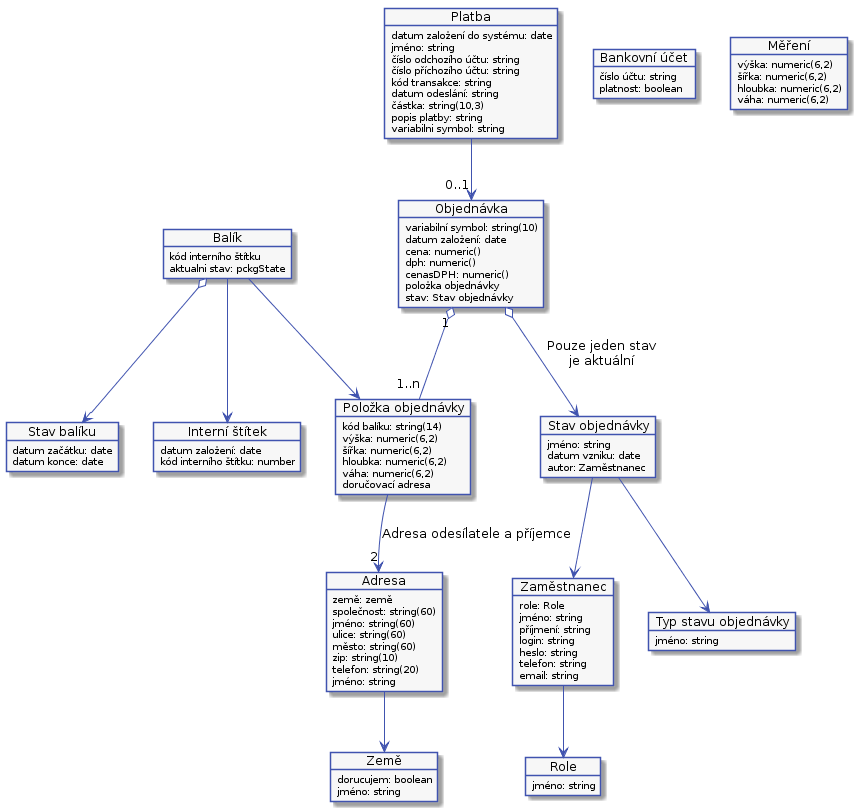
The PlantUML diagram docs/diagrams/out/arch-01.png in Internet-Handel/postman, before a commit.
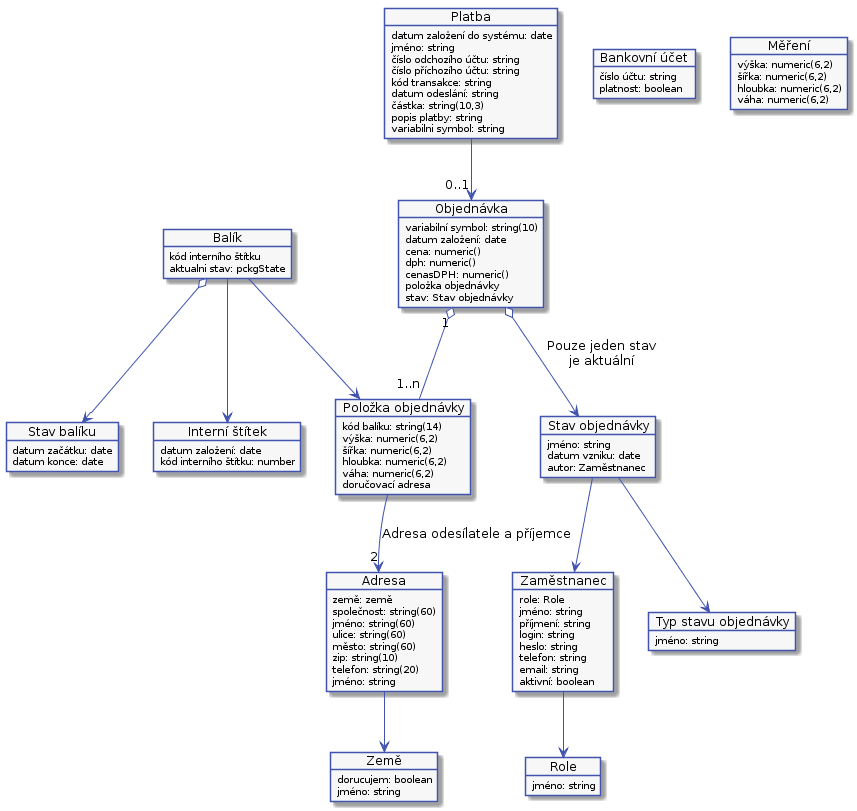
After the commit.

Change to the diagram source:
```diff
@@ -140,6 +140,7 @@
     heslo: string
     telefon: string
     email: string
+    aktivní: boolean
 }
 
 object "Interní štítek" as internalLabel
```
